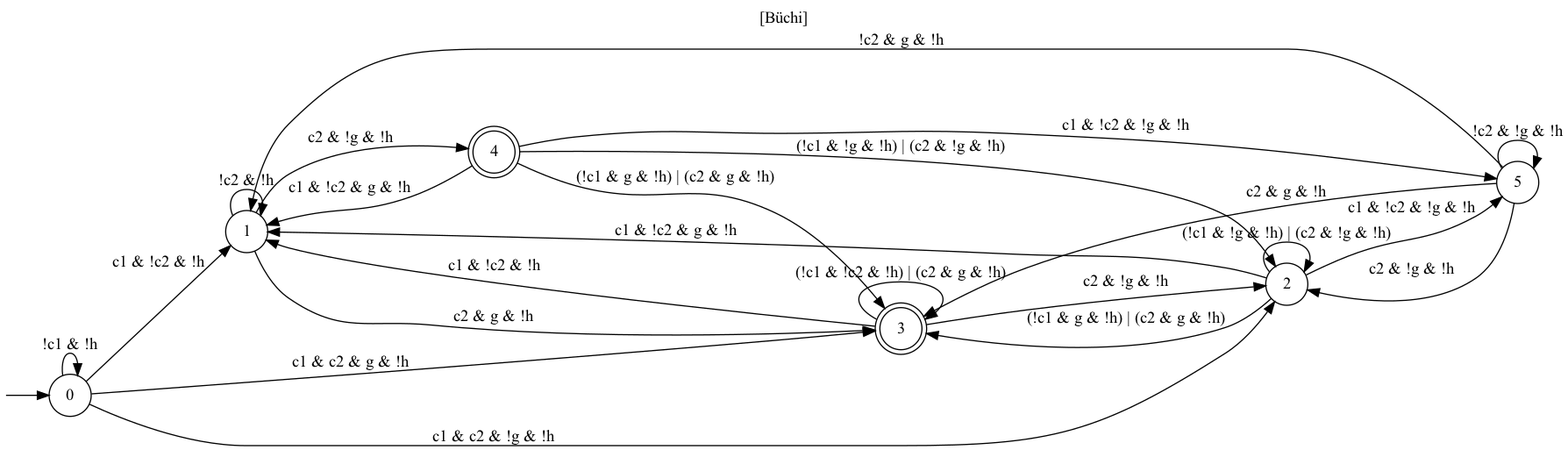
This is dfa4.png from YuliiaSuprun/Task-Planning-with-TEGs, a Graphviz export, as it was before one commit. Its source is kept beside it as dfa4.dot.
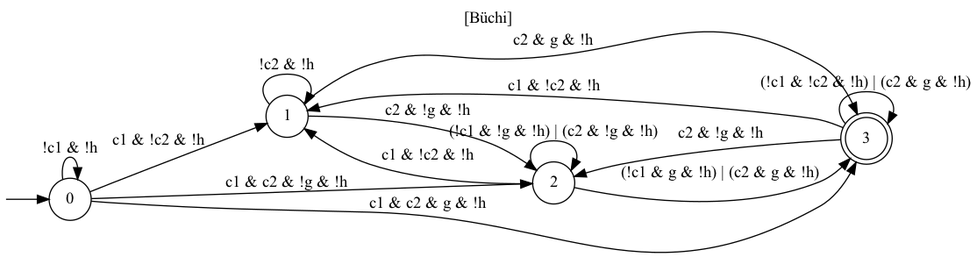
Later version of the same file.

The edit, as a diff of the source:
```diff
@@ -12,25 +12,14 @@
   0 -> 3 [label="c1 & c2 & g & !h"]
   1 [label="1"]
   1 -> 1 [label="!c2 & !h"]
+  1 -> 2 [label="c2 & !g & !h"]
   1 -> 3 [label="c2 & g & !h"]
-  1 -> 4 [label="c2 & !g & !h"]
   2 [label="2"]
-  2 -> 1 [label="c1 & !c2 & g & !h"]
+  2 -> 1 [label="c1 & !c2 & !h"]
   2 -> 2 [label="(!c1 & !g & !h) | (c2 & !g & !h)"]
   2 -> 3 [label="(!c1 & g & !h) | (c2 & g & !h)"]
-  2 -> 5 [label="c1 & !c2 & !g & !h"]
   3 [label="3", peripheries=2]
   3 -> 1 [label="c1 & !c2 & !h"]
   3 -> 2 [label="c2 & !g & !h"]
   3 -> 3 [label="(!c1 & !c2 & !h) | (c2 & g & !h)"]
-  4 [label="4", peripheries=2]
-  4 -> 1 [label="c1 & !c2 & g & !h"]
-  4 -> 2 [label="(!c1 & !g & !h) | (c2 & !g & !h)"]
-  4 -> 3 [label="(!c1 & g & !h) | (c2 & g & !h)"]
-  4 -> 5 [label="c1 & !c2 & !g & !h"]
-  5 [label="5"]
-  5 -> 1 [label="!c2 & g & !h"]
-  5 -> 2 [label="c2 & !g & !h"]
-  5 -> 3 [label="c2 & g & !h"]
-  5 -> 5 [label="!c2 & !g & !h"]
 }
```
